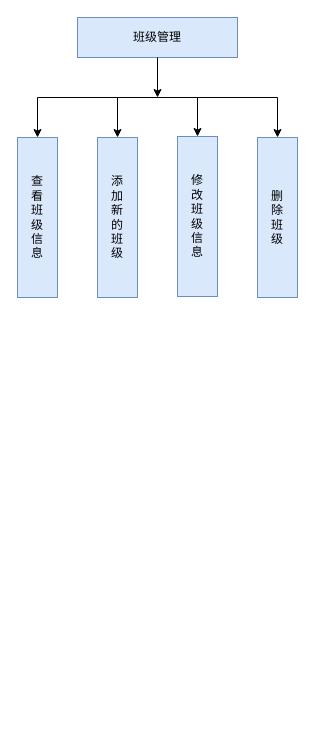
Earlier version of the draw.io diagram page "第 3 页" (3 of 4) of Untitled Diagram.drawio (ANT923/text1). Source tidied: cells renumbered, new cells numbered last; positions are measured from the earlier drawing's top-left corner, leaving out a move shared by most shapes. Both pictures are drawn from the tidied source at 100%, with x=0, y=0 at pixel (17, 17).
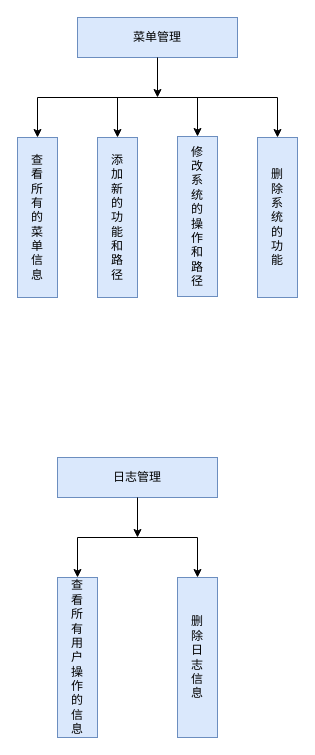
Above is the later version.

What changed in the source:
```diff
@@
-    <mxCell id="2" value="班级管理" style="rounded=0;whiteSpace=wrap;html=1;fillColor=#dae8fc;strokeColor=#6c8ebf;" parent="1" vertex="1">
+    <mxCell id="2" value="菜单管理" style="rounded=0;whiteSpace=wrap;html=1;fillColor=#dae8fc;strokeColor=#6c8ebf;" parent="1" vertex="1">
       <mxGeometry x="60" width="160" height="40" as="geometry" />
     </mxCell>
-    <mxCell id="3" value="查&lt;br&gt;看&lt;br&gt;班&lt;br&gt;级&lt;br&gt;信&lt;br&gt;息" style="rounded=0;whiteSpace=wrap;html=1;fillColor=#dae8fc;strokeColor=#6c8ebf;" parent="1" vertex="1">
+    <mxCell id="3" value="查&lt;br&gt;看&lt;br&gt;所&lt;br&gt;有&lt;br&gt;的&lt;br&gt;菜&lt;br&gt;单&lt;br&gt;信&lt;br&gt;息" style="rounded=0;whiteSpace=wrap;html=1;fillColor=#dae8fc;strokeColor=#6c8ebf;" parent="1" vertex="1">
       <mxGeometry y="120" width="40" height="160" as="geometry" />
     </mxCell>
-    <mxCell id="4" value="添&lt;br&gt;加&lt;br&gt;新&lt;br&gt;的&lt;br&gt;班&lt;br&gt;级" style="rounded=0;whiteSpace=wrap;html=1;fillColor=#dae8fc;strokeColor=#6c8ebf;" parent="1" vertex="1">
+    <mxCell id="4" value="添&lt;br&gt;加&lt;br&gt;新&lt;br&gt;的&lt;br&gt;功&lt;br&gt;能&lt;br&gt;和&lt;br&gt;路&lt;br&gt;径" style="rounded=0;whiteSpace=wrap;html=1;fillColor=#dae8fc;strokeColor=#6c8ebf;" parent="1" vertex="1">
       <mxGeometry x="80" y="120" width="40" height="160" as="geometry" />
     </mxCell>
-    <mxCell id="5" value="修&lt;br&gt;改&lt;br&gt;班&lt;br&gt;级&lt;br&gt;信&lt;br&gt;息" style="rounded=0;whiteSpace=wrap;html=1;fillColor=#dae8fc;strokeColor=#6c8ebf;" parent="1" vertex="1">
+    <mxCell id="5" value="修&lt;br&gt;改&lt;br&gt;系&lt;br&gt;统&lt;br&gt;的&lt;br&gt;操&lt;br&gt;作&lt;br&gt;和&lt;br&gt;路&lt;br&gt;径" style="rounded=0;whiteSpace=wrap;html=1;fillColor=#dae8fc;strokeColor=#6c8ebf;" parent="1" vertex="1">
       <mxGeometry x="160" y="119" width="40" height="160" as="geometry" />
     </mxCell>
-    <mxCell id="6" value="删&lt;br&gt;除&lt;br&gt;班&lt;br&gt;级" style="rounded=0;whiteSpace=wrap;html=1;fillColor=#dae8fc;strokeColor=#6c8ebf;" parent="1" vertex="1">
-      <mxGeometry x="240" y="120" width="40" height="160" as="geometry" />
-    </mxCell>
@@
+    <mxCell id="6" value="删&lt;br&gt;除&lt;br&gt;系&lt;br&gt;统&lt;br&gt;的&lt;br&gt;功&lt;br&gt;能" style="rounded=0;whiteSpace=wrap;html=1;fillColor=#dae8fc;strokeColor=#6c8ebf;shadow=0;" parent="1" vertex="1">
+      <mxGeometry x="240" y="120" width="40" height="160" as="geometry" />
+    </mxCell>
+    <mxCell id="13" value="日志管理" style="rounded=0;whiteSpace=wrap;html=1;fillColor=#dae8fc;strokeColor=#6c8ebf;" parent="1" vertex="1">
+      <mxGeometry x="40" y="440" width="160" height="40" as="geometry" />
+    </mxCell>
+    <mxCell id="14" value="查&lt;br&gt;看&lt;br&gt;所&lt;br&gt;有&lt;br&gt;用&lt;br&gt;户&lt;br&gt;操&lt;br&gt;作&lt;br&gt;的&lt;br&gt;信&lt;br&gt;息" style="rounded=0;whiteSpace=wrap;html=1;fillColor=#dae8fc;strokeColor=#6c8ebf;" parent="1" vertex="1">
+      <mxGeometry x="40" y="560" width="40" height="160" as="geometry" />
+    </mxCell>
+    <mxCell id="15" value="删&lt;br&gt;除&lt;br&gt;日&lt;br&gt;志&lt;br&gt;信&lt;br&gt;息" style="rounded=0;whiteSpace=wrap;html=1;fillColor=#dae8fc;strokeColor=#6c8ebf;" parent="1" vertex="1">
+      <mxGeometry x="160" y="560" width="40" height="160" as="geometry" />
+    </mxCell>
+    <mxCell id="16" style="endArrow=none;html=1;" parent="1" edge="1">
+      <mxGeometry relative="1" as="geometry">
+        <mxPoint x="60" y="520" as="sourcePoint" />
+        <mxPoint x="180" y="520" as="targetPoint" />
+      </mxGeometry>
+    </mxCell>
+    <mxCell id="17" style="endArrow=classic;html=1;entryX=0.5;entryY=0;entryDx=0;entryDy=0;" parent="1" edge="1" target="15">
+      <mxGeometry relative="1" as="geometry">
+        <mxPoint x="180" y="520" as="sourcePoint" />
+      </mxGeometry>
+    </mxCell>
+    <mxCell id="18" style="endArrow=classic;html=1;entryX=0.5;entryY=0;entryDx=0;entryDy=0;" parent="1" edge="1" target="14">
+      <mxGeometry relative="1" as="geometry">
+        <mxPoint x="60" y="520" as="sourcePoint" />
+      </mxGeometry>
+    </mxCell>
+    <mxCell id="19" style="endArrow=classic;html=1;exitX=0.5;exitY=1;exitDx=0;exitDy=0;" parent="1" edge="1" source="13">
+      <mxGeometry relative="1" as="geometry">
+        <mxPoint x="120" y="520" as="targetPoint" />
+      </mxGeometry>
+    </mxCell>
```
